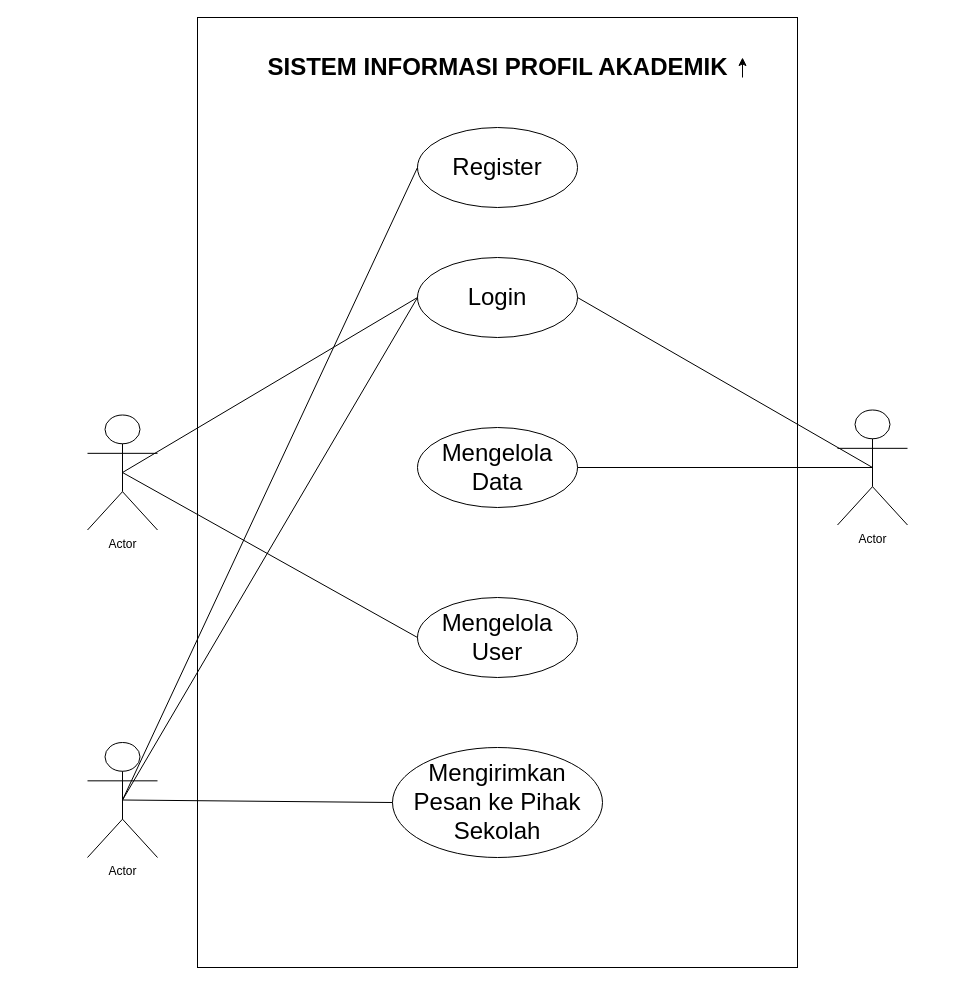
This is usecase.drawio from AldoGunawan/kp-tapung, a draw.io file, before an edit. Source tidied: cells renumbered, new cells numbered last; positions are measured from the earlier drawing's top-left corner, leaving out a move shared by most shapes. Both pictures are drawn from the tidied source at 100%, with x=0, y=0 at pixel (87, 17).
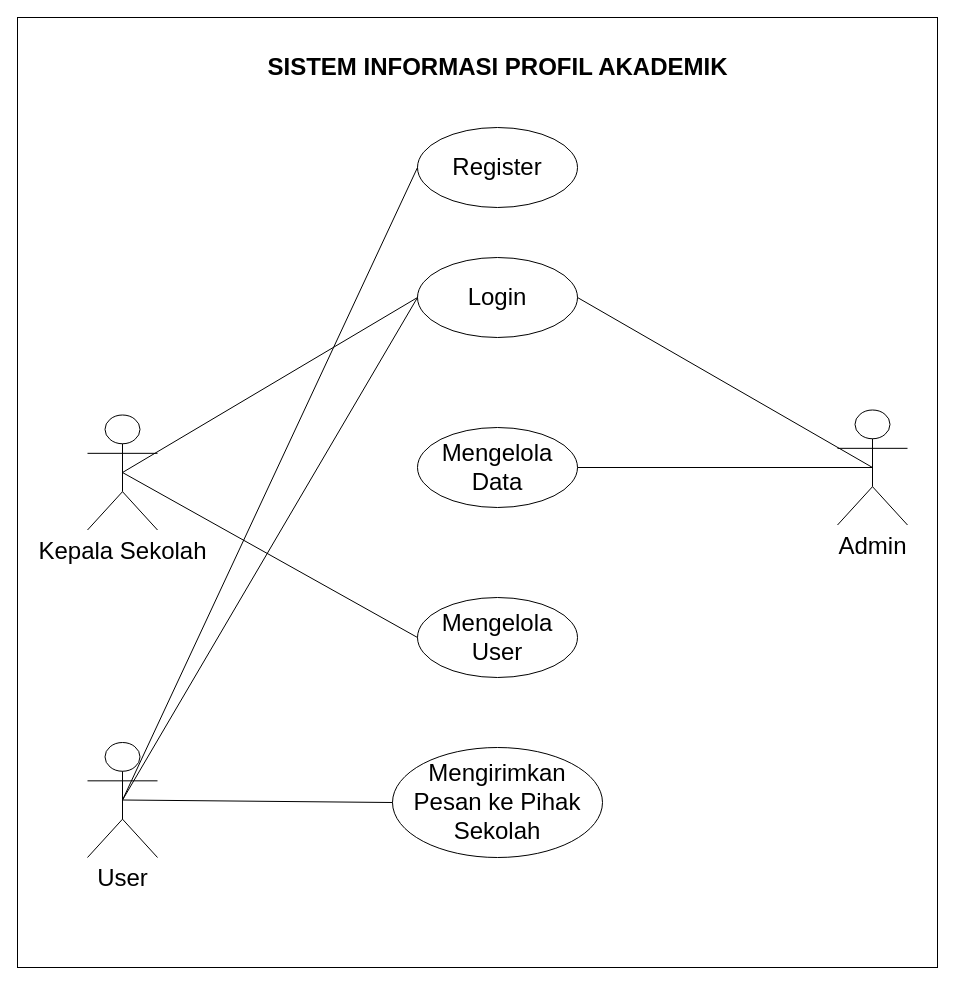
Above is the later version.

Change to the diagram source:
```diff
@@
 <mxGraphModel>
   <root>
     <mxCell id="0" />
     <mxCell id="1" parent="0" />
     <mxCell id="2" style="rounded=0;whiteSpace=wrap;html=1;" parent="1" vertex="1">
-      <mxGeometry x="110" width="600" height="950" as="geometry" />
+      <mxGeometry x="-70" width="920" height="950" as="geometry" />
     </mxCell>
     <mxCell id="3" value="SISTEM INFORMASI PROFIL AKADEMIK" style="text;strokeColor=none;fillColor=none;html=1;fontSize=24;fontStyle=1;verticalAlign=middle;align=center;" parent="1" vertex="1">
       <mxGeometry x="165" y="30" width="490" height="40" as="geometry" />
     </mxCell>
-    <mxCell id="4" style="edgeStyle=orthogonalEdgeStyle;rounded=0;orthogonalLoop=1;jettySize=auto;html=1;exitX=1;exitY=0.75;exitDx=0;exitDy=0;entryX=1;entryY=0.25;entryDx=0;entryDy=0;" parent="1" edge="1" source="3" target="3">
-      <mxGeometry relative="1" as="geometry" />
-    </mxCell>
     <mxCell id="5" value="&lt;font style=&quot;font-size: 24px;&quot;&gt;Login&lt;/font&gt;" style="ellipse;whiteSpace=wrap;html=1;" parent="1" vertex="1">
       <mxGeometry x="330" y="240" width="160" height="80" as="geometry" />
     </mxCell>
     <mxCell id="6" value="&lt;font style=&quot;font-size: 24px;&quot;&gt;Mengelola Data&lt;/font&gt;" style="ellipse;whiteSpace=wrap;html=1;" parent="1" vertex="1">
       <mxGeometry x="330" y="410" width="160" height="80" as="geometry" />
     </mxCell>
     <mxCell id="7" value="&lt;font style=&quot;font-size: 24px;&quot;&gt;Mengelola User&lt;/font&gt;" style="ellipse;whiteSpace=wrap;html=1;" parent="1" vertex="1">
       <mxGeometry x="330" y="580" width="160" height="80" as="geometry" />
     </mxCell>
-    <mxCell id="8" value="Actor" style="shape=umlActor;verticalLabelPosition=bottom;verticalAlign=top;html=1;outlineConnect=0;" parent="1" vertex="1">
+    <mxCell id="8" value="&lt;font style=&quot;font-size: 24px;&quot;&gt;Kepala Sekolah&lt;/font&gt;" style="shape=umlActor;verticalLabelPosition=bottom;verticalAlign=top;html=1;outlineConnect=0;" parent="1" vertex="1">
       <mxGeometry y="397.5" width="70" height="115" as="geometry" />
     </mxCell>
-    <mxCell id="9" value="Actor" style="shape=umlActor;verticalLabelPosition=bottom;verticalAlign=top;html=1;outlineConnect=0;" parent="1" vertex="1">
+    <mxCell id="9" value="&lt;font style=&quot;font-size: 24px;&quot;&gt;Admin&lt;/font&gt;" style="shape=umlActor;verticalLabelPosition=bottom;verticalAlign=top;html=1;outlineConnect=0;" parent="1" vertex="1">
       <mxGeometry x="750" y="392.5" width="70" height="115" as="geometry" />
     </mxCell>
     <mxCell id="10" style="endArrow=none;html=1;rounded=0;exitX=0.5;exitY=0.5;exitDx=0;exitDy=0;exitPerimeter=0;entryX=0;entryY=0.5;entryDx=0;entryDy=0;startFill=0;" parent="1" edge="1" source="8" target="7">
       <mxGeometry relative="1" as="geometry" />
     </mxCell>
     <mxCell id="11" style="endArrow=none;html=1;rounded=0;exitX=0.5;exitY=0.5;exitDx=0;exitDy=0;exitPerimeter=0;entryX=1;entryY=0.5;entryDx=0;entryDy=0;startFill=0;" parent="1" edge="1" source="9" target="6">
       <mxGeometry relative="1" as="geometry" />
     </mxCell>
     <mxCell id="12" style="endArrow=none;html=1;rounded=0;exitX=0;exitY=0.5;exitDx=0;exitDy=0;entryX=0.5;entryY=0.5;entryDx=0;entryDy=0;entryPerimeter=0;startFill=0;" parent="1" edge="1" source="5" target="8">
       <mxGeometry relative="1" as="geometry" />
     </mxCell>
     <mxCell id="13" style="endArrow=none;html=1;rounded=0;exitX=1;exitY=0.5;exitDx=0;exitDy=0;entryX=0.5;entryY=0.5;entryDx=0;entryDy=0;entryPerimeter=0;startFill=0;" parent="1" edge="1" source="5" target="9">
       <mxGeometry relative="1" as="geometry" />
     </mxCell>
     <mxCell id="14" value="&lt;font style=&quot;font-size: 24px;&quot;&gt;Mengirimkan Pesan ke Pihak Sekolah&lt;/font&gt;" style="ellipse;whiteSpace=wrap;html=1;" parent="1" vertex="1">
       <mxGeometry x="305" y="730" width="210" height="110" as="geometry" />
     </mxCell>
-    <mxCell id="15" value="Actor" style="shape=umlActor;verticalLabelPosition=bottom;verticalAlign=top;html=1;outlineConnect=0;" parent="1" vertex="1">
+    <mxCell id="15" value="&lt;font style=&quot;font-size: 24px;&quot;&gt;User&lt;/font&gt;" style="shape=umlActor;verticalLabelPosition=bottom;verticalAlign=top;html=1;outlineConnect=0;" parent="1" vertex="1">
       <mxGeometry y="725" width="70" height="115" as="geometry" />
     </mxCell>
     <mxCell id="16" style="endArrow=none;html=1;rounded=0;exitX=0.5;exitY=0.5;exitDx=0;exitDy=0;exitPerimeter=0;entryX=0;entryY=0.5;entryDx=0;entryDy=0;startFill=0;" parent="1" edge="1" source="15" target="14">
       <mxGeometry relative="1" as="geometry" />
     </mxCell>
     <mxCell id="17" value="&lt;font style=&quot;font-size: 24px;&quot;&gt;Register&lt;/font&gt;" style="ellipse;whiteSpace=wrap;html=1;" parent="1" vertex="1">
       <mxGeometry x="330" y="110" width="160" height="80" as="geometry" />
     </mxCell>
     <mxCell id="18" style="endArrow=none;html=1;rounded=0;exitX=0.5;exitY=0.5;exitDx=0;exitDy=0;exitPerimeter=0;entryX=0;entryY=0.5;entryDx=0;entryDy=0;startFill=0;" parent="1" edge="1" source="15" target="17">
       <mxGeometry relative="1" as="geometry" />
     </mxCell>
     <mxCell id="19" style="endArrow=none;html=1;rounded=0;exitX=0;exitY=0.5;exitDx=0;exitDy=0;entryX=0.5;entryY=0.5;entryDx=0;entryDy=0;entryPerimeter=0;" parent="1" edge="1" source="5" target="15">
       <mxGeometry relative="1" as="geometry" />
     </mxCell>
   </root>
 </mxGraphModel>
```
